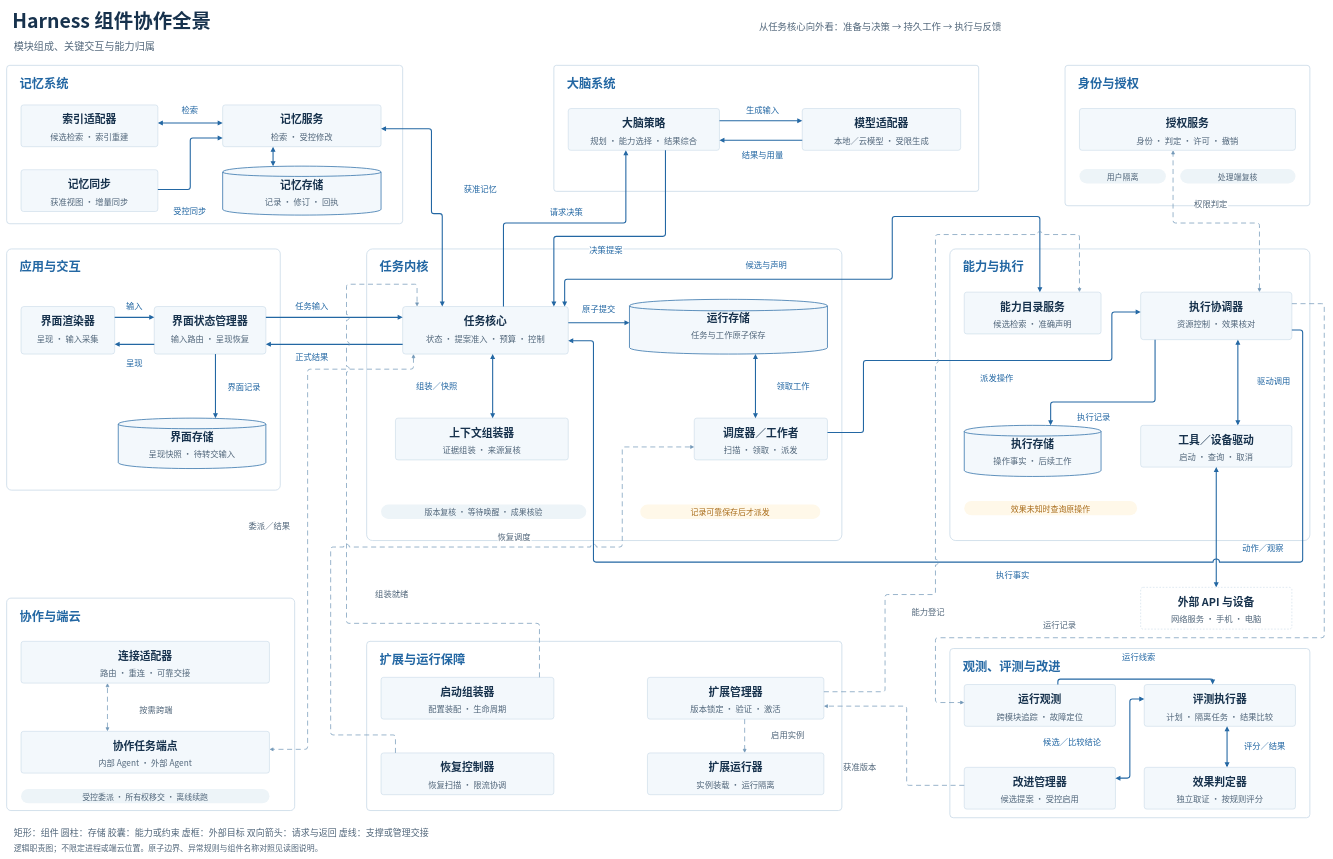
ruipengliu/lerna keeps this draw.io diagram as docs/architecture/diagrams/system-panorama.drawio. Above is the earlier version. Source tidied: cells renumbered, new cells numbered last; positions are measured from the earlier drawing's top-left corner, leaving out a move shared by most shapes. Both pictures are drawn from the tidied source at 36%, with x=0, y=0 at pixel (6, 7).
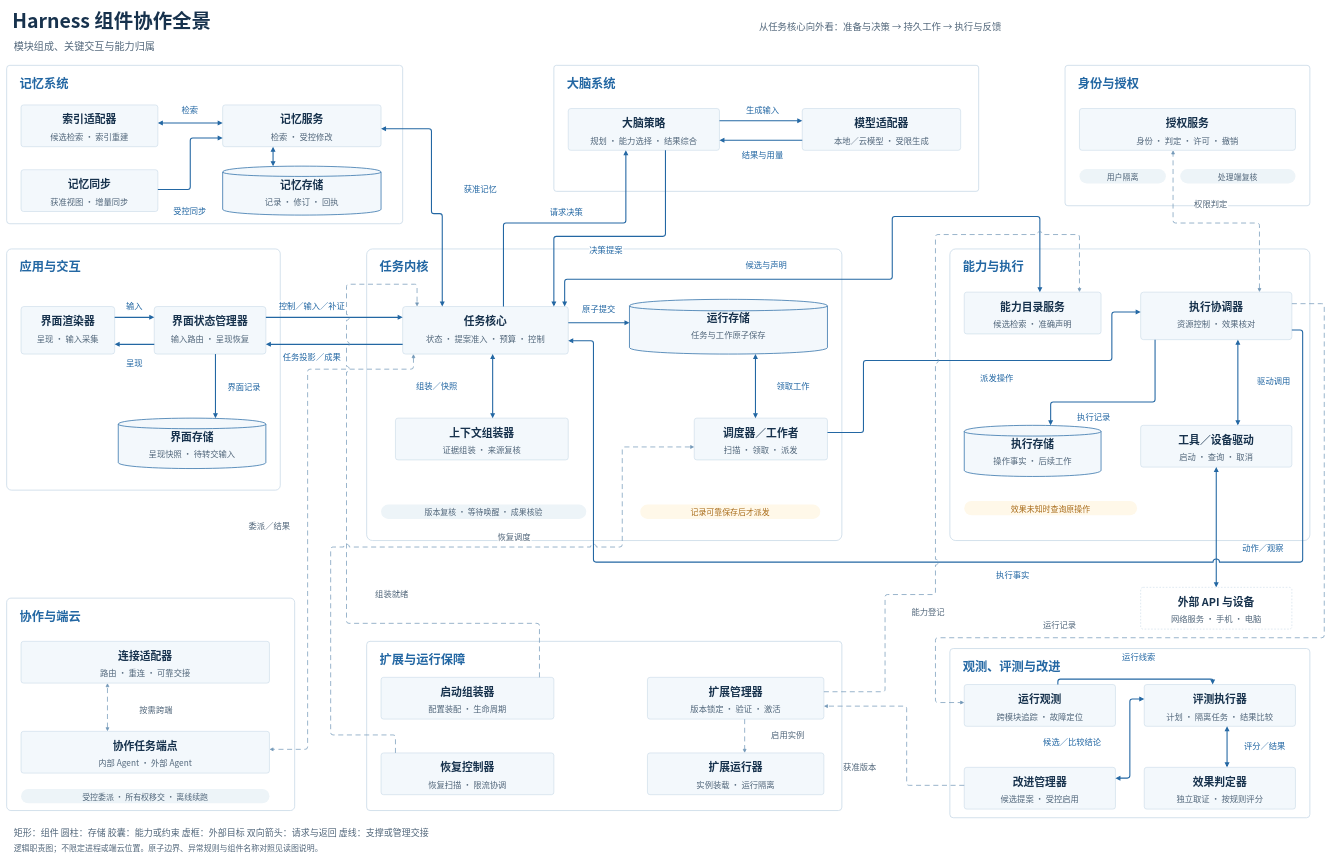
The same diagram, later.

The change refers to these unchanged cells:
```xml
<mxCell id="39" style="rounded=1;arcSize=6;fillColor=#f3f8fc;strokeColor=#c4d6e5;strokeWidth=1.5;dashed=0;" parent="34" vertex="1">
  <mxGeometry x="410" y="160" width="310" height="132" as="geometry" />
</mxCell>
<mxCell id="47" style="rounded=1;arcSize=6;fillColor=#f3f8fc;strokeColor=#c4d6e5;strokeWidth=1.5;dashed=0;" parent="45" vertex="1">
  <mxGeometry x="100" y="160" width="460" height="132" as="geometry" />
</mxCell>
```

Diff of the diagram source:
```diff
@@
-    <mxCell id="119" value="任务输入" style="edgeStyle=none;rounded=1;arcSize=14;html=0;endArrow=block;endFill=1;startArrow=none;startFill=1;strokeColor=#2367a3;strokeWidth=3;dashed=0;dashPattern=7 5;jumpStyle=arc;jumpSize=14;exitX=1.0;exitY=0.22727272727272727;exitPerimeter=0;entryX=0.0;entryY=0.22727272727272727;entryPerimeter=0;fontFamily=Noto Sans CJK SC;fontSize=23;fontColor=#2367a3;align=center;verticalAlign=middle;labelBackgroundColor=#ffffff;spacing=0;" parent="1" edge="1" source="39" target="47">
+    <mxCell id="119" value="控制／输入／补证" style="edgeStyle=none;rounded=1;arcSize=14;html=0;endArrow=block;endFill=1;startArrow=none;startFill=1;strokeColor=#2367a3;strokeWidth=3;dashed=0;dashPattern=7 5;jumpStyle=arc;jumpSize=14;exitX=1.0;exitY=0.22727272727272727;exitPerimeter=0;entryX=0.0;entryY=0.22727272727272727;entryPerimeter=0;fontFamily=Noto Sans CJK SC;fontSize=23;fontColor=#2367a3;align=center;verticalAlign=middle;labelBackgroundColor=#ffffff;spacing=0;" parent="1" edge="1" source="39" target="47">
       <mxGeometry relative="1" as="geometry">
         <mxPoint x="-62" y="-34" as="offset" />
       </mxGeometry>
     </mxCell>
-    <mxCell id="120" value="正式结果" style="edgeStyle=none;rounded=1;arcSize=14;html=0;endArrow=block;endFill=1;startArrow=none;startFill=1;strokeColor=#2367a3;strokeWidth=3;dashed=0;dashPattern=7 5;jumpStyle=arc;jumpSize=14;exitX=0.0;exitY=0.7954545454545454;exitPerimeter=0;entryX=1.0;entryY=0.7954545454545454;entryPerimeter=0;fontFamily=Noto Sans CJK SC;fontSize=23;fontColor=#2367a3;align=center;verticalAlign=middle;labelBackgroundColor=#ffffff;spacing=0;" parent="1" edge="1" source="47" target="39">
+    <mxCell id="120" value="任务投影／成果" style="edgeStyle=none;rounded=1;arcSize=14;html=0;endArrow=block;endFill=1;startArrow=none;startFill=1;strokeColor=#2367a3;strokeWidth=3;dashed=0;dashPattern=7 5;jumpStyle=arc;jumpSize=14;exitX=0.0;exitY=0.7954545454545454;exitPerimeter=0;entryX=1.0;entryY=0.7954545454545454;entryPerimeter=0;fontFamily=Noto Sans CJK SC;fontSize=23;fontColor=#2367a3;align=center;verticalAlign=middle;labelBackgroundColor=#ffffff;spacing=0;" parent="1" edge="1" source="47" target="39">
       <mxGeometry relative="1" as="geometry">
         <mxPoint x="-62" y="33" as="offset" />
       </mxGeometry>
     </mxCell>
```
